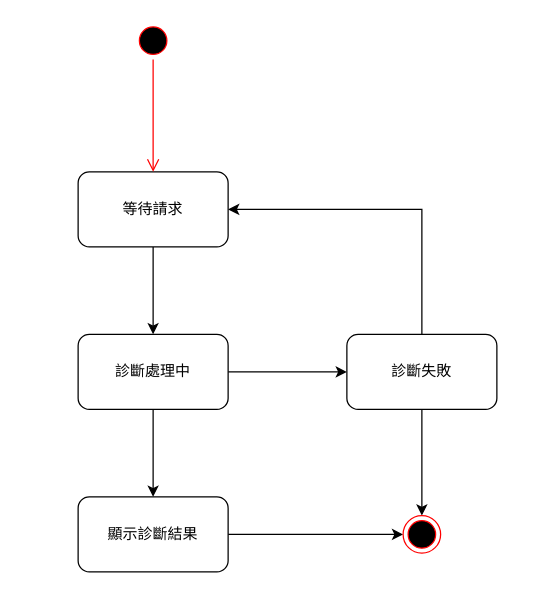
Above: page "獲取心理診斷建議" (6 of 8) of 11336032/狀態機.drawio in jiakai912/114201_poject (draw.io), before the change. Source tidied: cells renumbered, new cells numbered last; positions are measured from the earlier drawing's top-left corner, leaving out a move shared by most shapes. Both pictures are drawn from the tidied source at 125%, with x=0, y=0 at pixel (78, 21).
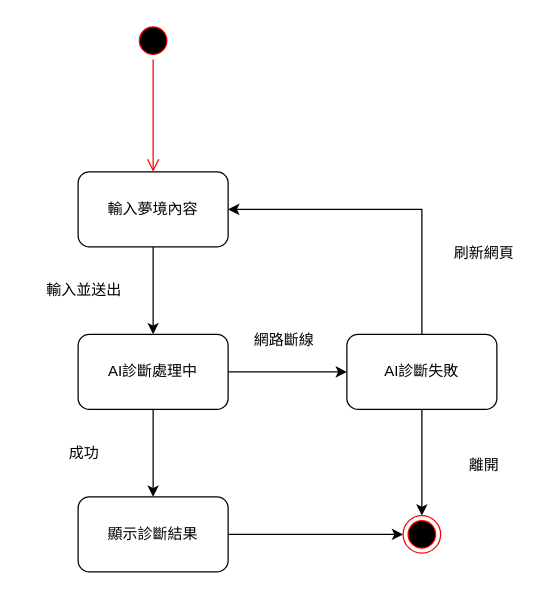
The same diagram, later.

Diff of the diagram source:
```diff
@@
 <mxGraphModel>
   <root>
     <mxCell id="0" />
     <mxCell id="1" parent="0" />
     <mxCell id="2" style="edgeStyle=orthogonalEdgeStyle;rounded=0;jettySize=auto;html=1;" parent="1" edge="1" source="3" target="6">
       <mxGeometry relative="1" as="geometry" />
     </mxCell>
-    <mxCell id="3" value="等待請求" style="rounded=1;whiteSpace=wrap;html=1;" parent="1" vertex="1">
+    <mxCell id="3" value="輸入夢境內容" style="rounded=1;whiteSpace=wrap;html=1;" parent="1" vertex="1">
       <mxGeometry y="120" width="120" height="60" as="geometry" />
     </mxCell>
     <mxCell id="4" style="edgeStyle=orthogonalEdgeStyle;rounded=0;jettySize=auto;html=1;" parent="1" edge="1" source="6" target="8">
       <mxGeometry relative="1" as="geometry" />
     </mxCell>
     <mxCell id="5" style="edgeStyle=orthogonalEdgeStyle;rounded=0;jettySize=auto;html=1;" parent="1" edge="1" source="6" target="11">
       <mxGeometry relative="1" as="geometry" />
     </mxCell>
-    <mxCell id="6" value="診斷處理中" style="rounded=1;whiteSpace=wrap;html=1;" parent="1" vertex="1">
+    <mxCell id="6" value="AI診斷處理中" style="rounded=1;whiteSpace=wrap;html=1;" parent="1" vertex="1">
       <mxGeometry y="250" width="120" height="60" as="geometry" />
     </mxCell>
     <mxCell id="7" style="edgeStyle=orthogonalEdgeStyle;rounded=0;jettySize=auto;html=1;" parent="1" edge="1" source="8" target="14">
       <mxGeometry relative="1" as="geometry" />
     </mxCell>
     <mxCell id="8" value="顯示診斷結果" style="rounded=1;whiteSpace=wrap;html=1;" parent="1" vertex="1">
       <mxGeometry y="380" width="120" height="60" as="geometry" />
     </mxCell>
     <mxCell id="9" style="edgeStyle=orthogonalEdgeStyle;rounded=0;jettySize=auto;html=1;exitX=0.5;exitY=0;exitDx=0;exitDy=0;entryX=1;entryY=0.5;entryDx=0;entryDy=0;" parent="1" edge="1" source="11" target="3">
       <mxGeometry relative="1" as="geometry" />
     </mxCell>
     <mxCell id="10" style="edgeStyle=orthogonalEdgeStyle;rounded=0;jettySize=auto;html=1;entryX=0.5;entryY=0;entryDx=0;entryDy=0;" parent="1" edge="1" source="11" target="14">
       <mxGeometry relative="1" as="geometry" />
     </mxCell>
-    <mxCell id="11" value="診斷失敗" style="rounded=1;whiteSpace=wrap;html=1;" parent="1" vertex="1">
+    <mxCell id="11" value="AI診斷失敗" style="rounded=1;whiteSpace=wrap;html=1;" parent="1" vertex="1">
       <mxGeometry x="215" y="250" width="120" height="60" as="geometry" />
     </mxCell>
     <mxCell id="12" style="ellipse;html=1;shape=startState;fillColor=#000000;strokeColor=#ff0000;" parent="1" vertex="1">
       <mxGeometry x="45" width="30" height="30" as="geometry" />
     </mxCell>
     <mxCell id="13" style="edgeStyle=orthogonalEdgeStyle;html=1;verticalAlign=bottom;endArrow=open;endSize=8;strokeColor=#ff0000;rounded=0;entryX=0.5;entryY=0;entryDx=0;entryDy=0;" parent="1" edge="1" source="12" target="3">
       <mxGeometry relative="1" as="geometry" />
     </mxCell>
     <mxCell id="14" style="ellipse;html=1;shape=endState;fillColor=#000000;strokeColor=#ff0000;" parent="1" vertex="1">
       <mxGeometry x="260" y="395" width="30" height="30" as="geometry" />
     </mxCell>
+    <mxCell id="15" value="輸入並送出" style="text;html=1;align=center;verticalAlign=middle;whiteSpace=wrap;rounded=0;" parent="1" vertex="1">
+      <mxGeometry x="-45" y="200" width="100" height="30" as="geometry" />
+    </mxCell>
+    <mxCell id="16" value="成功" style="text;html=1;align=center;verticalAlign=middle;whiteSpace=wrap;rounded=0;" parent="1" vertex="1">
+      <mxGeometry x="-25" y="330" width="60" height="30" as="geometry" />
+    </mxCell>
+    <mxCell id="17" value="網路斷線" style="text;html=1;align=center;verticalAlign=middle;whiteSpace=wrap;rounded=0;" parent="1" vertex="1">
+      <mxGeometry x="135" y="240" width="60" height="30" as="geometry" />
+    </mxCell>
+    <mxCell id="18" value="刷新網頁" style="text;html=1;align=center;verticalAlign=middle;whiteSpace=wrap;rounded=0;" parent="1" vertex="1">
+      <mxGeometry x="295" y="170" width="60" height="30" as="geometry" />
+    </mxCell>
+    <mxCell id="19" value="離開" style="text;html=1;align=center;verticalAlign=middle;whiteSpace=wrap;rounded=0;" parent="1" vertex="1">
+      <mxGeometry x="295" y="340" width="60" height="30" as="geometry" />
+    </mxCell>
   </root>
 </mxGraphModel>
```
